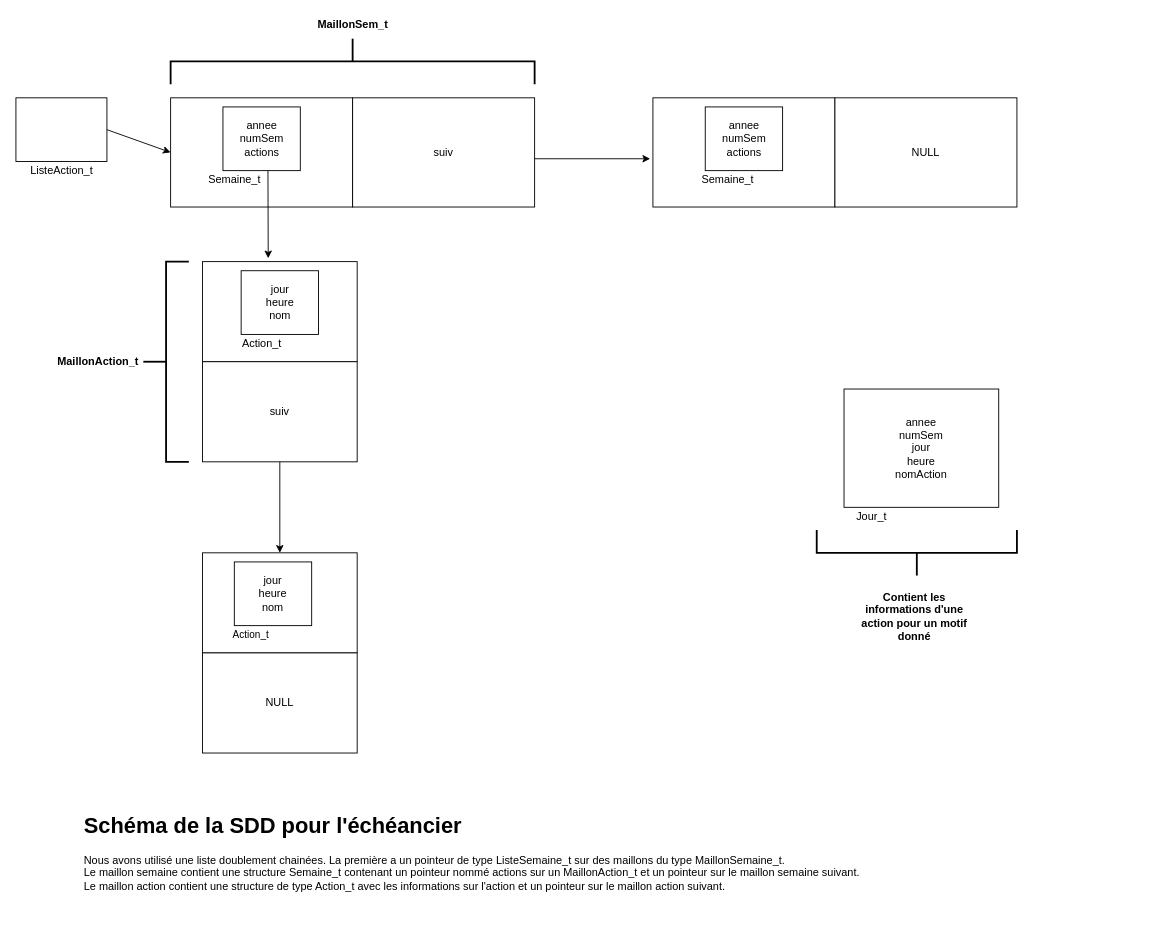
Before: struct_diagramme.drawio in pabonhomme/projet_sdd_isima, a draw.io diagram. Source tidied: cells renumbered, new cells numbered last; positions are measured from the earlier drawing's top-left corner, leaving out a move shared by most shapes. Both pictures are drawn from the tidied source at 91%, with x=0, y=0 at pixel (15, -121).
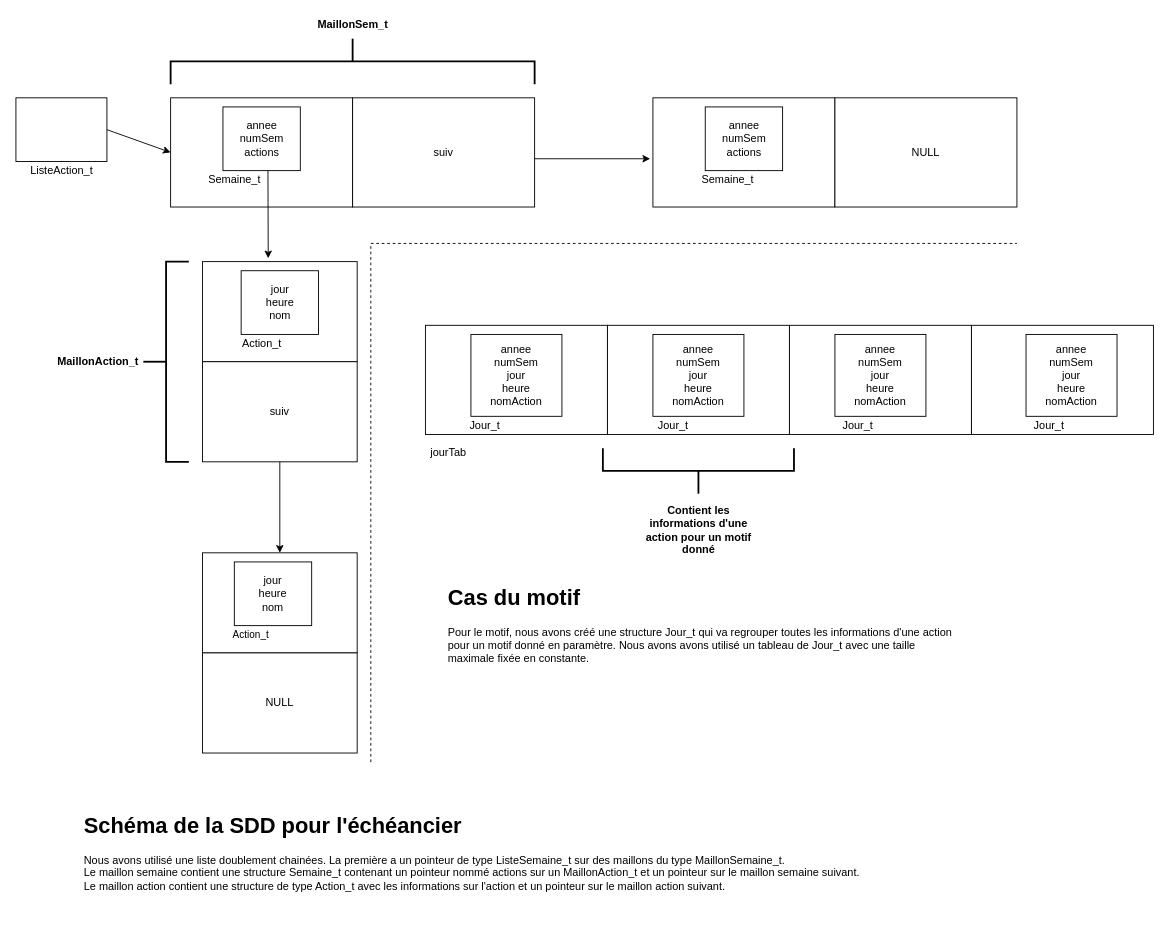
Above is the later version.

Commit message (it also covers changes not shown here):
ajout test, fonction suppMaillonSemaine + schemas

The edit, as a diff of the source:
```diff
@@
-    <mxCell id="26" value="&lt;font&gt;annee&lt;br&gt;numSem&lt;br&gt;jour&lt;br&gt;heure&lt;br&gt;nomAction&lt;br&gt;&lt;/font&gt;" style="rounded=0;whiteSpace=wrap;html=1;" parent="1" vertex="1">
-      <mxGeometry x="910" y="560" width="170" height="130" as="geometry" />
-    </mxCell>
-    <mxCell id="27" value="&lt;font style=&quot;font-size: 12px&quot;&gt;Jour_t&lt;/font&gt;" style="text;html=1;align=center;verticalAlign=middle;strokeColor=none;fillColor=none;" parent="1" vertex="1">
-      <mxGeometry x="915" y="690" width="50" height="20" as="geometry" />
-    </mxCell>
@@
-    <mxCell id="30" style="strokeWidth=2;html=1;shape=mxgraph.flowchart.annotation_2;align=left;labelPosition=right;fontSize=12;rotation=-90;" parent="1" vertex="1">
-      <mxGeometry x="965" y="630" width="50" height="220" as="geometry" />
-    </mxCell>
+    <mxCell id="33" style="strokeWidth=2;html=1;shape=mxgraph.flowchart.annotation_2;align=left;labelPosition=right;fontSize=12;rotation=-90;" parent="1" vertex="1">
+      <mxGeometry x="725" y="545" width="50" height="210" as="geometry" />
+    </mxCell>
     <mxCell id="31" value="&lt;b&gt;Contient les informations d'une action pour un motif donné&lt;/b&gt;" style="text;html=1;strokeColor=none;fillColor=none;align=center;verticalAlign=middle;whiteSpace=wrap;rounded=0;fontSize=12;" parent="1" vertex="1">
-      <mxGeometry x="925" y="770" width="125" height="80" as="geometry" />
+      <mxGeometry x="687.5" y="675" width="125" height="80" as="geometry" />
     </mxCell>
@@
+    <mxCell id="34" style="endArrow=none;dashed=1;html=1;rounded=0;" parent="1" edge="1">
+      <mxGeometry relative="1" as="geometry">
+        <mxPoint x="390" y="970" as="sourcePoint" />
+        <mxPoint x="1100" y="400" as="targetPoint" />
+        <Array as="points">
+          <mxPoint x="390" y="400" />
+        </Array>
+      </mxGeometry>
+    </mxCell>
+    <mxCell id="35" style="rounded=0;whiteSpace=wrap;html=1;" parent="1" vertex="1">
+      <mxGeometry x="450" y="490" width="200" height="120" as="geometry" />
+    </mxCell>
+    <mxCell id="36" style="rounded=0;whiteSpace=wrap;html=1;" parent="1" vertex="1">
+      <mxGeometry x="650" y="490" width="200" height="120" as="geometry" />
+    </mxCell>
+    <mxCell id="37" style="rounded=0;whiteSpace=wrap;html=1;" parent="1" vertex="1">
+      <mxGeometry x="850" y="490" width="200" height="120" as="geometry" />
+    </mxCell>
+    <mxCell id="38" style="rounded=0;whiteSpace=wrap;html=1;" parent="1" vertex="1">
+      <mxGeometry x="1050" y="490" width="200" height="120" as="geometry" />
+    </mxCell>
+    <mxCell id="39" value="&lt;font&gt;annee&lt;br&gt;numSem&lt;br&gt;jour&lt;br&gt;heure&lt;br&gt;nomAction&lt;br&gt;&lt;/font&gt;" style="rounded=0;whiteSpace=wrap;html=1;" parent="1" vertex="1">
+      <mxGeometry x="500" y="500" width="100" height="90" as="geometry" />
+    </mxCell>
+    <mxCell id="40" value="&lt;font&gt;annee&lt;br&gt;numSem&lt;br&gt;jour&lt;br&gt;heure&lt;br&gt;nomAction&lt;br&gt;&lt;/font&gt;" style="rounded=0;whiteSpace=wrap;html=1;" parent="1" vertex="1">
+      <mxGeometry x="700" y="500" width="100" height="90" as="geometry" />
+    </mxCell>
+    <mxCell id="41" value="&lt;font&gt;annee&lt;br&gt;numSem&lt;br&gt;jour&lt;br&gt;heure&lt;br&gt;nomAction&lt;br&gt;&lt;/font&gt;" style="rounded=0;whiteSpace=wrap;html=1;" parent="1" vertex="1">
+      <mxGeometry x="900" y="500" width="100" height="90" as="geometry" />
+    </mxCell>
+    <mxCell id="42" value="&lt;font&gt;annee&lt;br&gt;numSem&lt;br&gt;jour&lt;br&gt;heure&lt;br&gt;nomAction&lt;br&gt;&lt;/font&gt;" style="rounded=0;whiteSpace=wrap;html=1;" parent="1" vertex="1">
+      <mxGeometry x="1110" y="500" width="100" height="90" as="geometry" />
+    </mxCell>
+    <mxCell id="43" value="&lt;font style=&quot;font-size: 12px&quot;&gt;Jour_t&lt;/font&gt;" style="text;html=1;align=center;verticalAlign=middle;strokeColor=none;fillColor=none;" parent="1" vertex="1">
+      <mxGeometry x="697" y="590" width="50" height="20" as="geometry" />
+    </mxCell>
+    <mxCell id="44" value="&lt;font style=&quot;font-size: 12px&quot;&gt;Jour_t&lt;/font&gt;" style="text;html=1;align=center;verticalAlign=middle;strokeColor=none;fillColor=none;" parent="1" vertex="1">
+      <mxGeometry x="490" y="590" width="50" height="20" as="geometry" />
+    </mxCell>
+    <mxCell id="45" value="&lt;font style=&quot;font-size: 12px&quot;&gt;Jour_t&lt;/font&gt;" style="text;html=1;align=center;verticalAlign=middle;strokeColor=none;fillColor=none;" parent="1" vertex="1">
+      <mxGeometry x="900" y="590" width="50" height="20" as="geometry" />
+    </mxCell>
+    <mxCell id="46" value="&lt;font style=&quot;font-size: 12px&quot;&gt;Jour_t&lt;/font&gt;" style="text;html=1;align=center;verticalAlign=middle;strokeColor=none;fillColor=none;" parent="1" vertex="1">
+      <mxGeometry x="1110" y="590" width="50" height="20" as="geometry" />
+    </mxCell>
+    <mxCell id="47" value="jourTab" style="text;html=1;align=center;verticalAlign=middle;fillColor=none;strokeColor=none;rounded=0;" parent="1" vertex="1">
+      <mxGeometry x="450" y="620" width="50" height="20" as="geometry" />
+    </mxCell>
+    <mxCell id="48" value="&lt;h1&gt;Cas du motif&lt;/h1&gt;&lt;div&gt;Pour le motif,&amp;nbsp;&lt;span&gt;nous avons créé une structure Jour_t qui va regrouper&amp;nbsp;&lt;/span&gt;&lt;span&gt;toutes les informations d'une action pour un motif donné en paramètre. Nous avons avons utilisé un tableau de Jour_t avec une taille maximale fixée en constante.&lt;/span&gt;&lt;/div&gt;" style="text;html=1;strokeColor=none;fillColor=none;spacing=5;spacingTop=-20;whiteSpace=wrap;overflow=hidden;rounded=0;fontSize=12;" parent="1" vertex="1">
+      <mxGeometry x="470" y="770" width="570" height="100" as="geometry" />
+    </mxCell>
```
